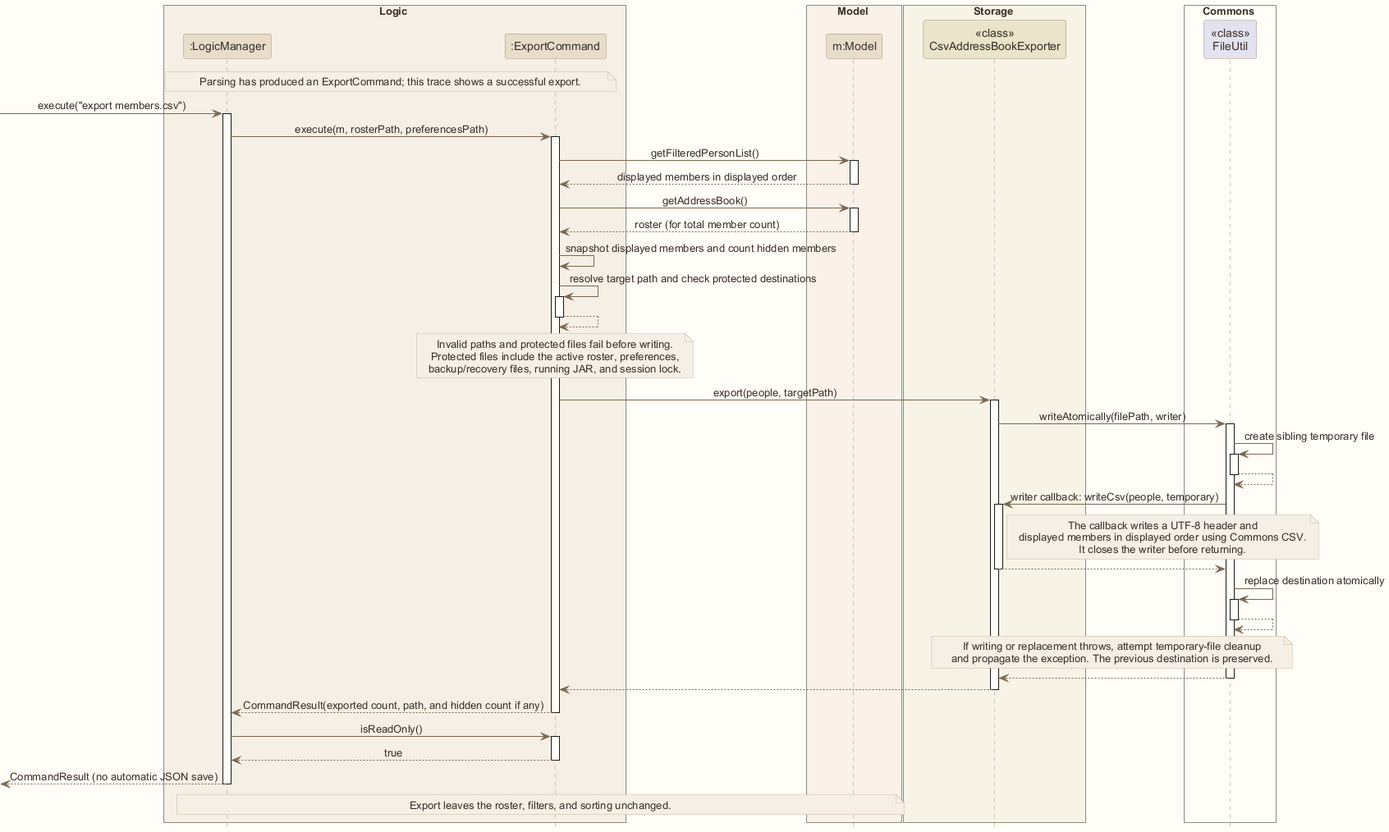
Above: images/CsvExportSequenceDiagram.png in AY2627S1-CS2103T-W12-1/tp (PlantUML), before the change.
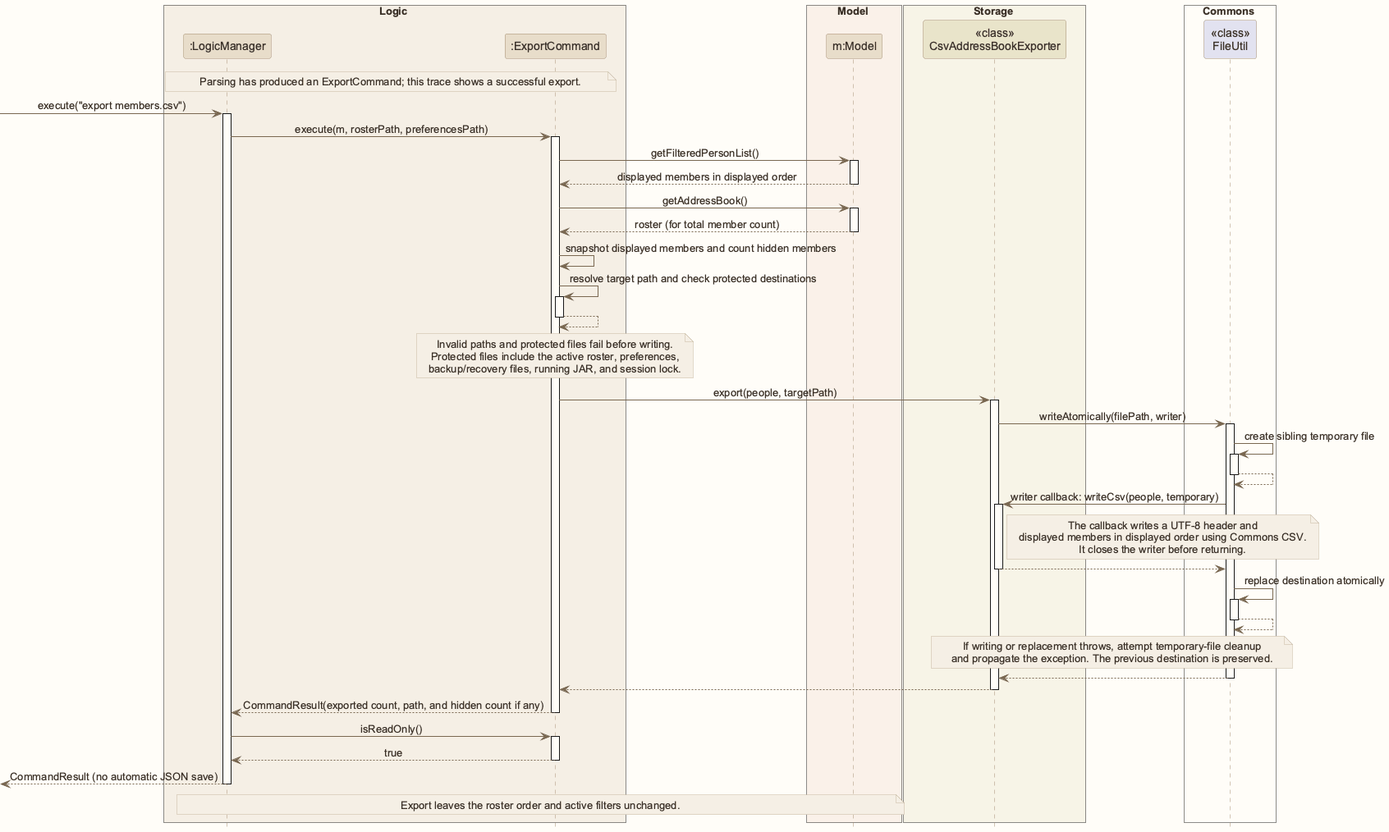
The same file after the commit.

Change to the diagram source:
```diff
@@ -76,5 +76,5 @@
 deactivate Command
 [<-- Logic : CommandResult (no automatic JSON save)
 deactivate Logic
-note over Logic, Model: Export leaves the roster, filters, and sorting unchanged.
+note over Logic, Model: Export leaves the roster order and active filters unchanged.
 @enduml
```
